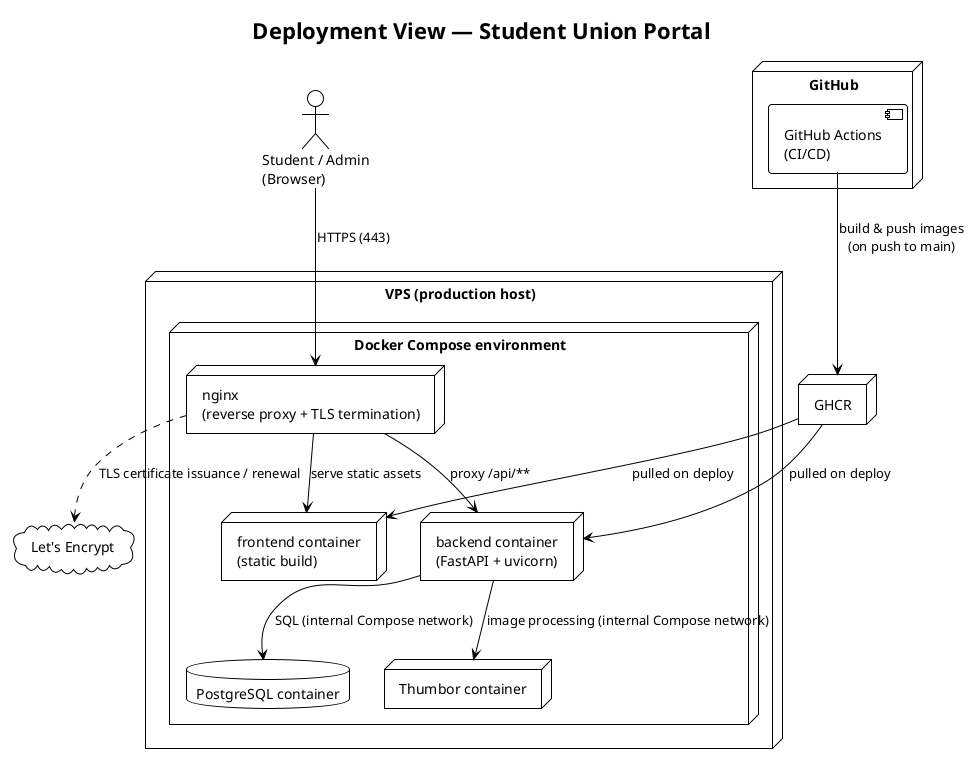
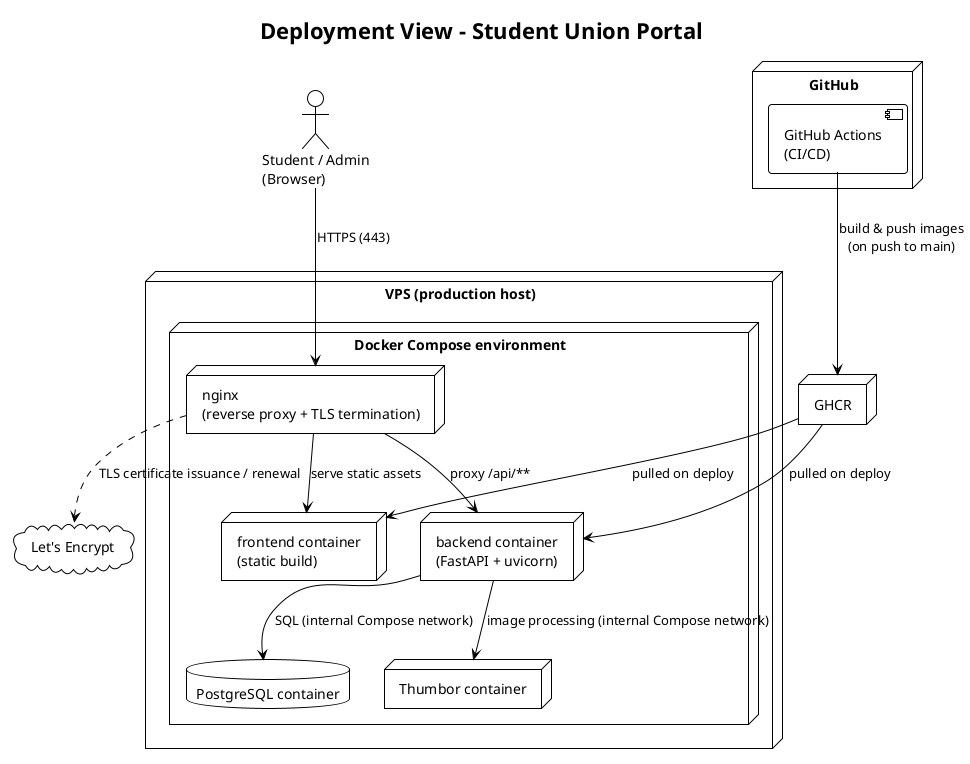
- @startuml deployment-diagram
+ @startuml
!theme plain
- title Deployment View — Student Union Portal
+ title Deployment View - Student Union Portal

actor "Student / Admin\n(Browser)" as USER

node "GitHub" {
  component "GitHub Actions\n(CI/CD)" as CI
}

node "GHCR" as GHCR

cloud "Let's Encrypt" as LE

node "VPS (production host)" {
  node "Docker Compose environment" {
    node "nginx\n(reverse proxy + TLS termination)" as NGINX
    node "frontend container\n(static build)" as FEC
    node "backend container\n(FastAPI + uvicorn)" as BEC
    database "PostgreSQL container" as DBC
    node "Thumbor container" as THC
  }
}

CI -down-> GHCR : build & push images\n(on push to main)
GHCR -down-> FEC : pulled on deploy
GHCR -down-> BEC : pulled on deploy

USER -down-> NGINX : HTTPS (443)
NGINX -down-> FEC : serve static assets
NGINX -down-> BEC : proxy /api/**
BEC -down-> DBC : SQL (internal Compose network)
BEC -down-> THC : image processing (internal Compose network)
NGINX ..> LE : TLS certificate issuance / renewal

@enduml
